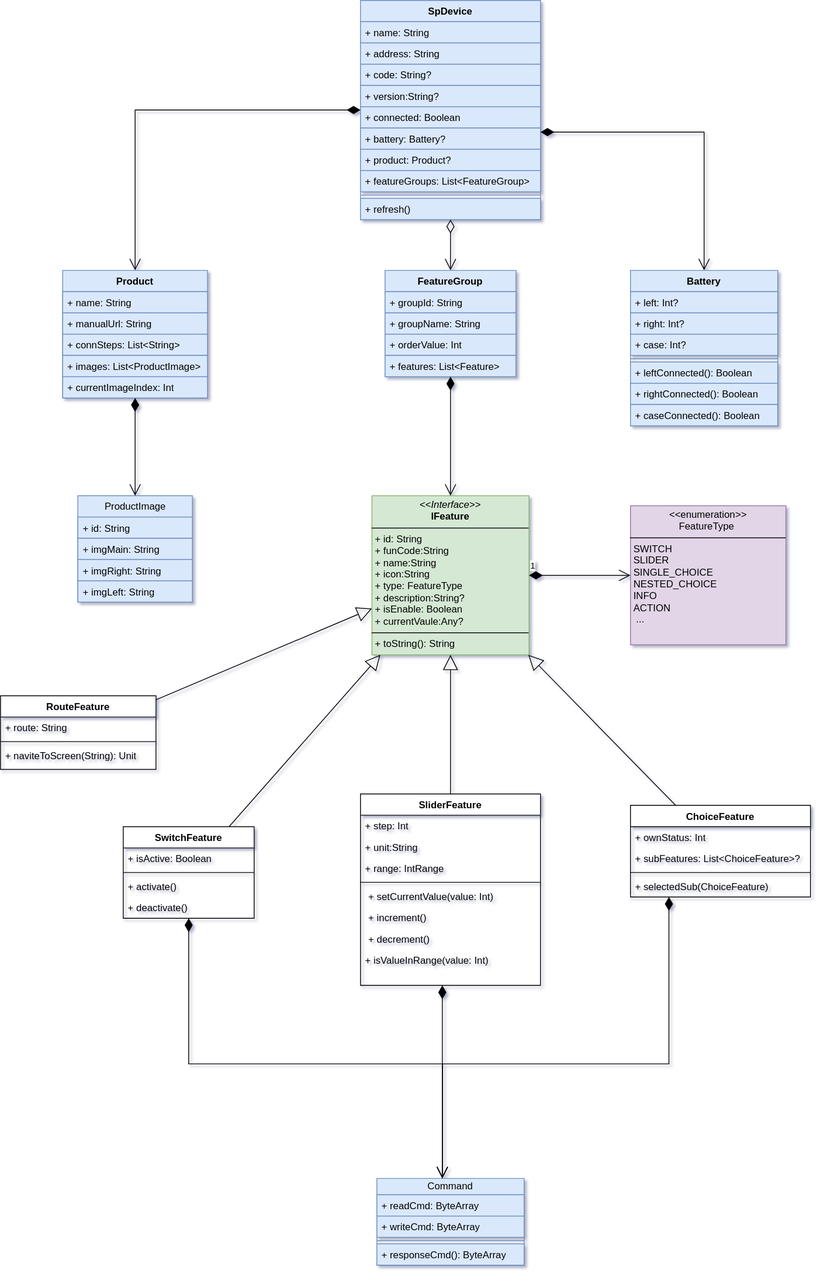
This is sp-device.drawio.svg from kekemao00/draw-libs, a draw.io export, as it was before one commit. Source tidied: cells renumbered, new cells last; positions are measured from the earlier drawing's top-left corner, leaving out a move shared by most shapes.
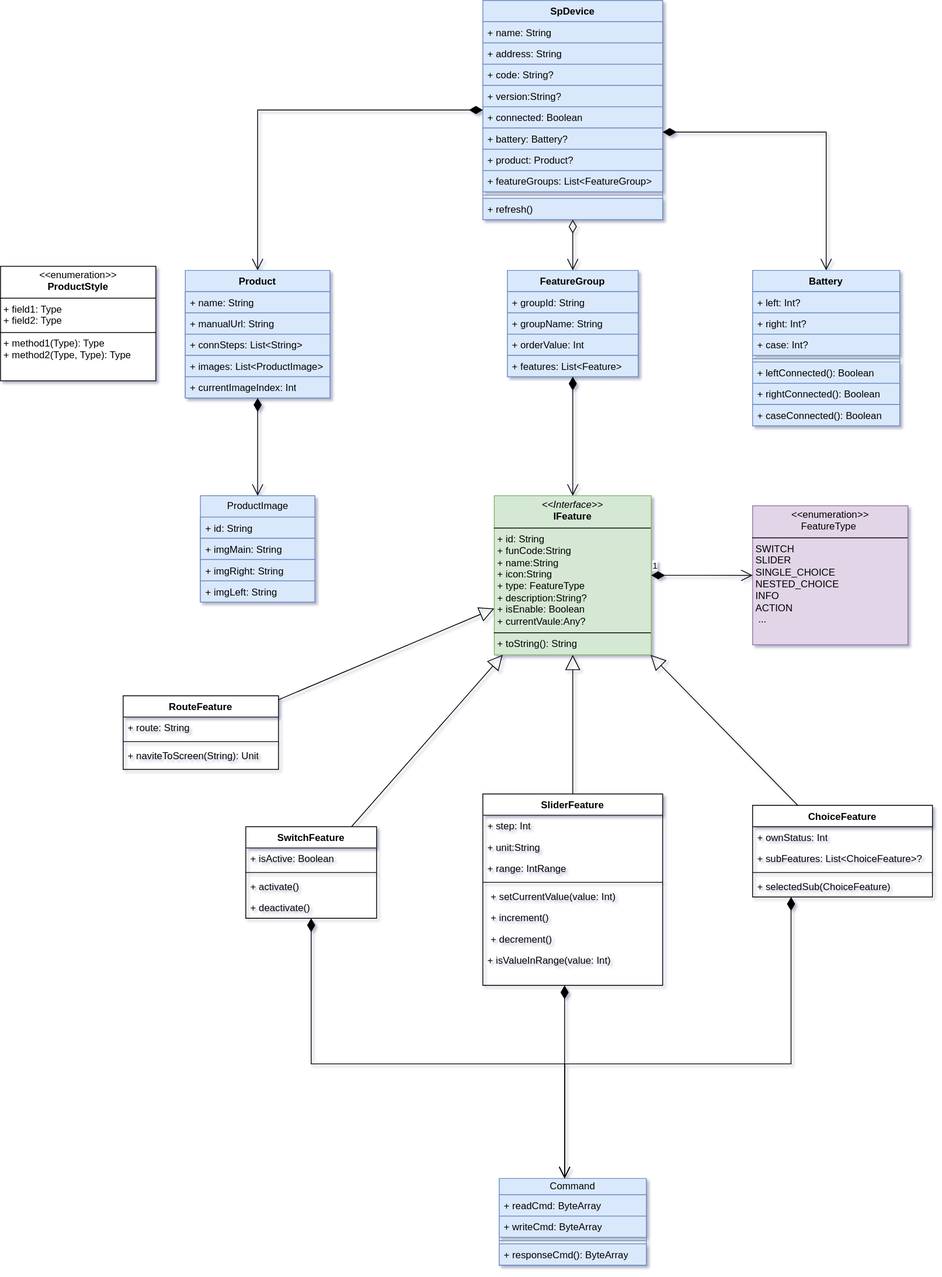
The same diagram one commit later.

Change to the diagram source:
```diff
@@ -256,5 +256,8 @@
     <mxCell id="79" value="+ selectedSub(ChoiceFeature)" style="text;strokeColor=none;fillColor=none;align=left;verticalAlign=top;spacingLeft=4;spacingRight=4;overflow=hidden;whiteSpace=wrap;html=1;" parent="75" vertex="1">
       <mxGeometry y="86" width="220" height="26" as="geometry" />
     </mxCell>
+    <mxCell id="80" value="&lt;p style=&quot;margin:0px;margin-top:4px;text-align:center;&quot;&gt;&lt;i&gt;&amp;lt;&amp;lt;&lt;/i&gt;enumeration&lt;i&gt;&amp;gt;&amp;gt;&lt;/i&gt;&lt;br&gt;&lt;b&gt;ProductStyle&lt;/b&gt;&lt;/p&gt;&lt;hr size=&quot;1&quot; style=&quot;border-style:solid;&quot;&gt;&lt;p style=&quot;margin:0px;margin-left:4px;&quot;&gt;+ field1: Type&lt;br&gt;+ field2: Type&lt;/p&gt;&lt;hr size=&quot;1&quot; style=&quot;border-style:solid;&quot;&gt;&lt;p style=&quot;margin:0px;margin-left:4px;&quot;&gt;+ method1(Type): Type&lt;br&gt;+ method2(Type, Type): Type&lt;/p&gt;" style="verticalAlign=top;align=left;overflow=fill;html=1;whiteSpace=wrap;" parent="1" vertex="1">
+      <mxGeometry x="-150" y="325" width="190" height="140" as="geometry" />
+    </mxCell>
   </root>
 </mxGraphModel>
```
